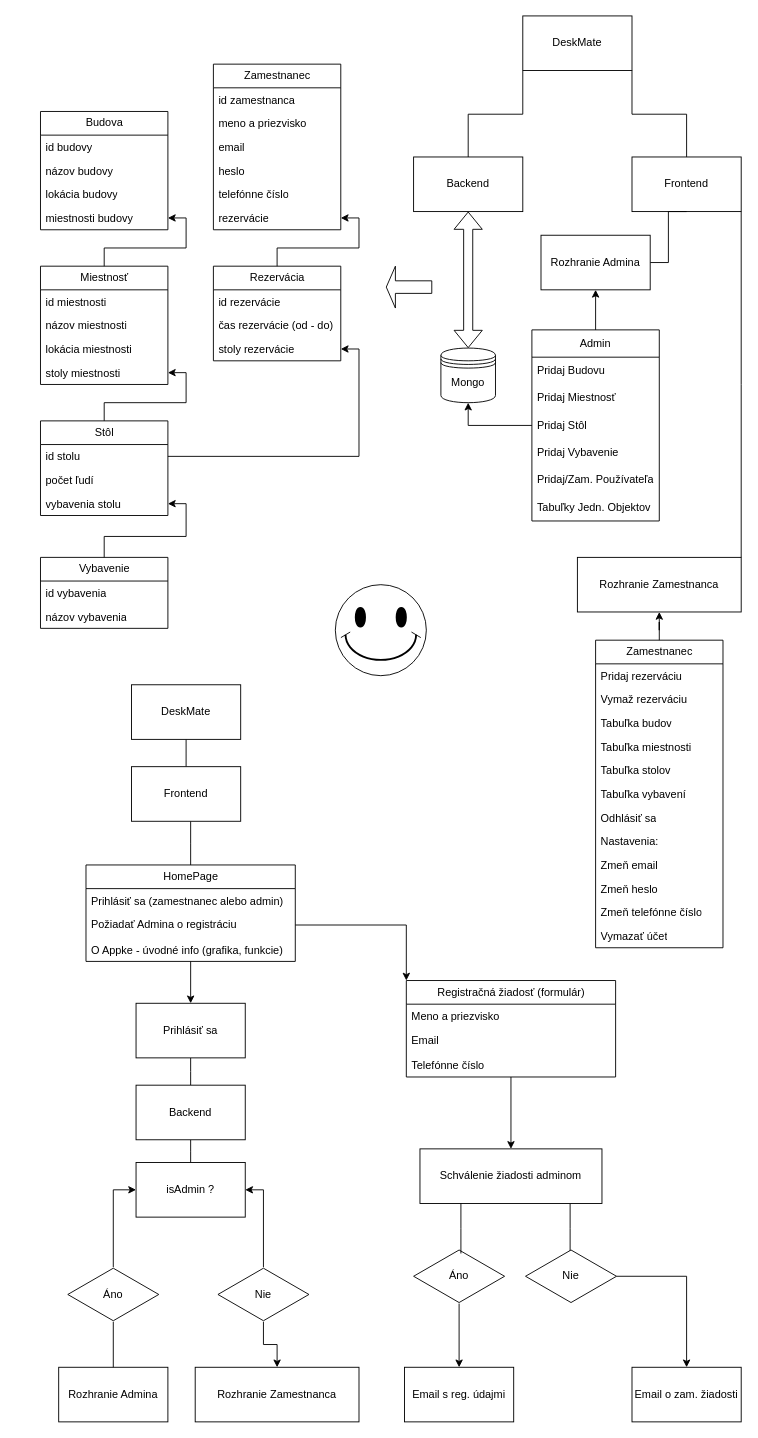
petocjshtml/DeskMate keeps this draw.io diagram as DeskMate.drawio. Above is the earlier version. Source tidied: cells renumbered, new cells numbered last; positions are measured from the earlier drawing's top-left corner, leaving out a move shared by most shapes. Both pictures are drawn from the tidied source at 91%, with x=0, y=0 at pixel (40, 15).
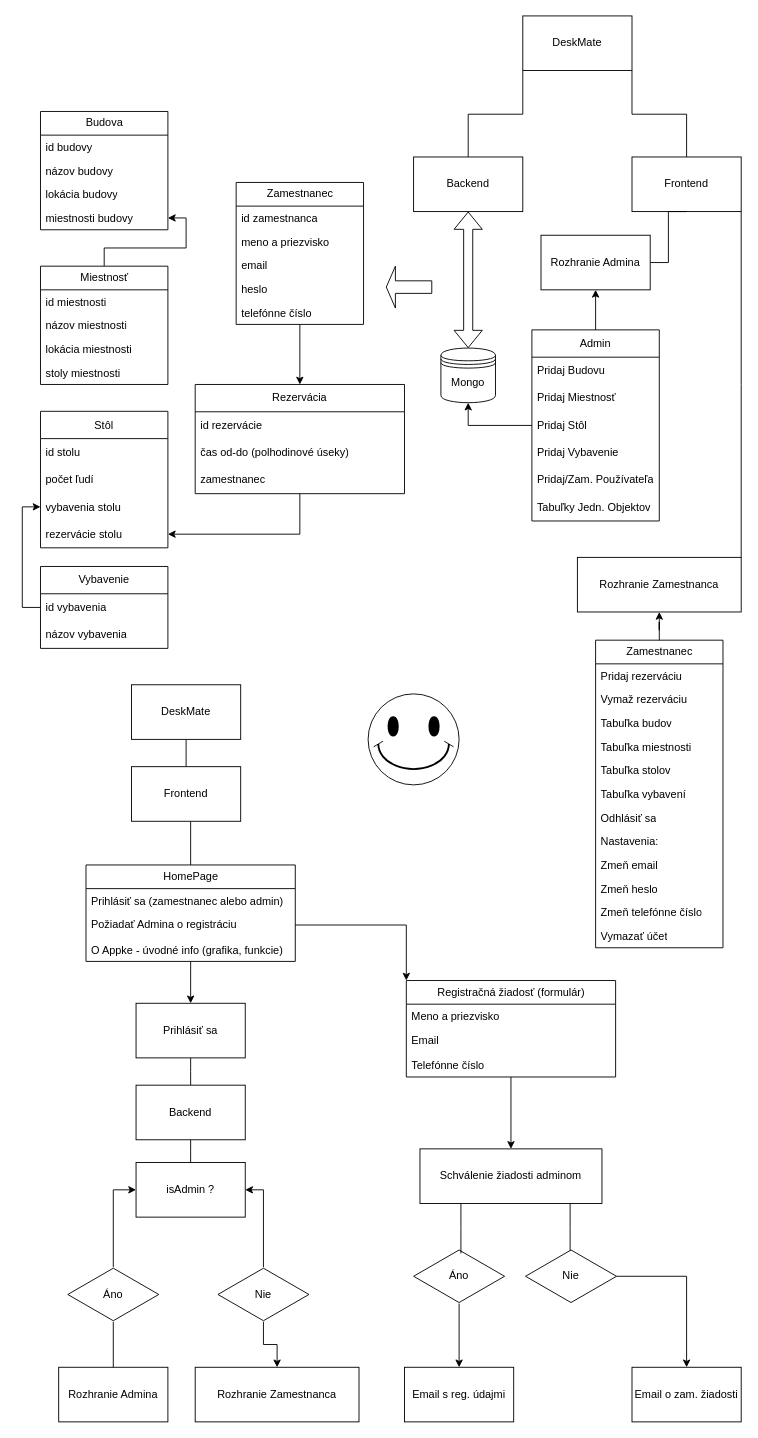
The same diagram, later.

Commit message:
Update DeskMate.drawio - Drobná zmena logiky v datasetoch

Unchanged cells that the change refers to:
```xml
<mxCell id="40" value="stoly miestnosti" style="text;strokeColor=none;fillColor=none;align=left;verticalAlign=top;spacingLeft=4;spacingRight=4;overflow=hidden;points=[[0,0.5],[1,0.5]];portConstraint=eastwest;whiteSpace=wrap;html=1;" parent="1" vertex="1">
  <mxGeometry y="379" width="140" height="26" as="geometry" />
</mxCell>
```

What changed in the source:
```diff
@@
-    <mxCell id="26" style="edgeStyle=orthogonalEdgeStyle;rounded=0;jettySize=auto;html=1;entryX=1;entryY=0.5;entryDx=0;entryDy=0;" parent="1" edge="1" source="27" target="40">
-      <mxGeometry relative="1" as="geometry" />
-    </mxCell>
-    <mxCell id="27" value="Stôl" style="swimlane;fontStyle=0;horizontal=1;startSize=26;fillColor=none;html=1;" parent="1" vertex="1">
-      <mxGeometry y="445" width="140" height="104" as="geometry" />
-    </mxCell>
-    <mxCell id="28" style="edgeStyle=orthogonalEdgeStyle;rounded=0;jettySize=auto;html=1;entryX=1;entryY=0.5;entryDx=0;entryDy=0;" parent="1" edge="1" source="29" target="43">
-      <mxGeometry relative="1" as="geometry" />
-    </mxCell>
-    <mxCell id="29" value="Vybavenie" style="swimlane;fontStyle=0;horizontal=1;startSize=26;fillColor=none;html=1;" parent="1" vertex="1">
-      <mxGeometry y="595" width="140" height="78" as="geometry" />
-    </mxCell>
-    <mxCell id="30" style="edgeStyle=orthogonalEdgeStyle;rounded=0;jettySize=auto;html=1;entryX=1;entryY=0.5;entryDx=0;entryDy=0;" parent="1" edge="1" source="31" target="55">
-      <mxGeometry relative="1" as="geometry" />
-    </mxCell>
-    <mxCell id="31" value="Rezervácia" style="swimlane;fontStyle=0;horizontal=1;startSize=26;fillColor=none;html=1;" parent="1" vertex="1">
-      <mxGeometry x="190" y="275" width="140" height="104" as="geometry" />
-    </mxCell>
-    <mxCell id="32" style="edgeStyle=orthogonalEdgeStyle;rounded=0;jettySize=auto;html=1;entryX=1;entryY=0.5;entryDx=0;entryDy=0;" parent="1" edge="1" source="41" target="48">
-      <mxGeometry relative="1" as="geometry" />
-    </mxCell>
@@
-    <mxCell id="41" value="id stolu" style="text;strokeColor=none;fillColor=none;align=left;verticalAlign=top;spacingLeft=4;spacingRight=4;overflow=hidden;points=[[0,0.5],[1,0.5]];portConstraint=eastwest;whiteSpace=wrap;html=1;" parent="1" vertex="1">
-      <mxGeometry y="471" width="140" height="26" as="geometry" />
-    </mxCell>
-    <mxCell id="42" value="počet ľudí&amp;nbsp;" style="text;strokeColor=none;fillColor=none;align=left;verticalAlign=top;spacingLeft=4;spacingRight=4;overflow=hidden;whiteSpace=wrap;html=1;" parent="1" vertex="1">
-      <mxGeometry y="497" width="140" height="26" as="geometry" />
-    </mxCell>
-    <mxCell id="43" value="vybavenia stolu" style="text;strokeColor=none;fillColor=none;align=left;verticalAlign=top;spacingLeft=4;spacingRight=4;overflow=hidden;points=[[0,0.5],[1,0.5]];portConstraint=eastwest;whiteSpace=wrap;html=1;" parent="1" vertex="1">
-      <mxGeometry y="523" width="140" height="26" as="geometry" />
-    </mxCell>
-    <mxCell id="44" value="id vybavenia" style="text;strokeColor=none;fillColor=none;align=left;verticalAlign=top;spacingLeft=4;spacingRight=4;overflow=hidden;points=[[0,0.5],[1,0.5]];portConstraint=eastwest;whiteSpace=wrap;html=1;" parent="1" vertex="1">
-      <mxGeometry y="621" width="140" height="26" as="geometry" />
-    </mxCell>
-    <mxCell id="45" value="názov vybavenia" style="text;strokeColor=none;fillColor=none;align=left;verticalAlign=top;spacingLeft=4;spacingRight=4;overflow=hidden;whiteSpace=wrap;html=1;" parent="1" vertex="1">
-      <mxGeometry y="647" width="140" height="26" as="geometry" />
-    </mxCell>
-    <mxCell id="46" value="id rezervácie" style="text;strokeColor=none;fillColor=none;align=left;verticalAlign=top;spacingLeft=4;spacingRight=4;overflow=hidden;whiteSpace=wrap;html=1;" parent="1" vertex="1">
-      <mxGeometry x="190" y="301" width="140" height="26" as="geometry" />
-    </mxCell>
-    <mxCell id="47" value="čas rezervácie (od - do)" style="text;strokeColor=none;fillColor=none;align=left;verticalAlign=top;spacingLeft=4;spacingRight=4;overflow=hidden;whiteSpace=wrap;html=1;" parent="1" vertex="1">
-      <mxGeometry x="190" y="327" width="140" height="26" as="geometry" />
-    </mxCell>
-    <mxCell id="48" value="stoly rezervácie" style="text;strokeColor=none;fillColor=none;align=left;verticalAlign=top;spacingLeft=4;spacingRight=4;overflow=hidden;points=[[0,0.5],[1,0.5]];portConstraint=eastwest;whiteSpace=wrap;html=1;" parent="1" vertex="1">
-      <mxGeometry x="190" y="353" width="140" height="26" as="geometry" />
-    </mxCell>
+    <mxCell id="120" style="edgeStyle=orthogonalEdgeStyle;rounded=0;jettySize=auto;html=1;entryX=0.5;entryY=0;entryDx=0;entryDy=0;" parent="1" edge="1" source="49" target="31">
+      <mxGeometry relative="1" as="geometry" />
+    </mxCell>
     <mxCell id="49" value="Zamestnanec" style="swimlane;fontStyle=0;horizontal=1;startSize=26;fillColor=none;html=1;" parent="1" vertex="1">
-      <mxGeometry x="190" y="53" width="140" height="182" as="geometry" />
+      <mxGeometry x="215" y="183" width="140" height="156" as="geometry" />
     </mxCell>
@@
-    <mxCell id="55" value="rezervácie" style="text;strokeColor=none;fillColor=none;align=left;verticalAlign=top;spacingLeft=4;spacingRight=4;overflow=hidden;points=[[0,0.5],[1,0.5]];portConstraint=eastwest;whiteSpace=wrap;html=1;" parent="49" vertex="1">
-      <mxGeometry y="156" width="140" height="26" as="geometry" />
-    </mxCell>
@@
     <mxCell id="62" style="verticalLabelPosition=bottom;verticalAlign=top;html=1;shape=mxgraph.basic.smiley;" parent="1" vertex="1">
-      <mxGeometry x="324" y="625" width="100" height="100" as="geometry" />
+      <mxGeometry x="360" y="745" width="100" height="100" as="geometry" />
     </mxCell>
@@
+    <mxCell id="27" value="Stôl" style="swimlane;fontStyle=0;horizontal=1;startSize=30;whiteSpace=wrap;html=1;" parent="1" vertex="1">
+      <mxGeometry y="434.5" width="140" height="150" as="geometry" />
+    </mxCell>
+    <mxCell id="41" value="id stolu" style="text;strokeColor=none;fillColor=none;align=left;verticalAlign=middle;spacingLeft=4;spacingRight=4;overflow=hidden;points=[[0,0.5],[1,0.5]];portConstraint=eastwest;whiteSpace=wrap;html=1;" parent="27" vertex="1">
+      <mxGeometry y="30" width="140" height="30" as="geometry" />
+    </mxCell>
+    <mxCell id="42" value="počet ľudí" style="text;strokeColor=none;fillColor=none;align=left;verticalAlign=middle;spacingLeft=4;spacingRight=4;overflow=hidden;whiteSpace=wrap;html=1;" parent="27" vertex="1">
+      <mxGeometry y="60" width="140" height="30" as="geometry" />
+    </mxCell>
+    <mxCell id="43" value="vybavenia stolu" style="text;strokeColor=none;fillColor=none;align=left;verticalAlign=middle;spacingLeft=4;spacingRight=4;overflow=hidden;points=[[0,0.5],[1,0.5]];portConstraint=eastwest;whiteSpace=wrap;html=1;" parent="27" vertex="1">
+      <mxGeometry y="90" width="140" height="30" as="geometry" />
+    </mxCell>
+    <mxCell id="121" value="rezervácie stolu" style="text;strokeColor=none;fillColor=none;align=left;verticalAlign=middle;spacingLeft=4;spacingRight=4;overflow=hidden;points=[[0,0.5],[1,0.5]];portConstraint=eastwest;whiteSpace=wrap;html=1;" parent="27" vertex="1">
+      <mxGeometry y="120" width="140" height="30" as="geometry" />
+    </mxCell>
+    <mxCell id="29" value="Vybavenie" style="swimlane;fontStyle=0;horizontal=1;startSize=30;whiteSpace=wrap;html=1;" parent="1" vertex="1">
+      <mxGeometry y="605" width="140" height="90" as="geometry" />
+    </mxCell>
+    <mxCell id="44" value="id vybavenia" style="text;strokeColor=none;fillColor=none;align=left;verticalAlign=middle;spacingLeft=4;spacingRight=4;overflow=hidden;points=[[0,0.5],[1,0.5]];portConstraint=eastwest;whiteSpace=wrap;html=1;" parent="29" vertex="1">
+      <mxGeometry y="30" width="140" height="30" as="geometry" />
+    </mxCell>
+    <mxCell id="45" value="názov vybavenia" style="text;strokeColor=none;fillColor=none;align=left;verticalAlign=middle;spacingLeft=4;spacingRight=4;overflow=hidden;whiteSpace=wrap;html=1;" parent="29" vertex="1">
+      <mxGeometry y="60" width="140" height="30" as="geometry" />
+    </mxCell>
+    <mxCell id="122" style="edgeStyle=orthogonalEdgeStyle;rounded=0;jettySize=auto;html=1;entryX=1;entryY=0.5;entryDx=0;entryDy=0;" parent="1" edge="1" source="31" target="121">
+      <mxGeometry relative="1" as="geometry" />
+    </mxCell>
+    <mxCell id="31" value="Rezervácia" style="swimlane;fontStyle=0;horizontal=1;startSize=30;whiteSpace=wrap;html=1;" parent="1" vertex="1">
+      <mxGeometry x="170" y="405" width="230" height="120" as="geometry" />
+    </mxCell>
+    <mxCell id="46" value="id rezervácie" style="text;strokeColor=none;fillColor=none;align=left;verticalAlign=middle;spacingLeft=4;spacingRight=4;overflow=hidden;whiteSpace=wrap;html=1;" parent="31" vertex="1">
+      <mxGeometry y="30" width="230" height="30" as="geometry" />
+    </mxCell>
+    <mxCell id="123" value="čas od-do (polhodinové úseky)" style="text;strokeColor=none;fillColor=none;align=left;verticalAlign=middle;spacingLeft=4;spacingRight=4;overflow=hidden;whiteSpace=wrap;html=1;" parent="31" vertex="1">
+      <mxGeometry y="60" width="230" height="30" as="geometry" />
+    </mxCell>
+    <mxCell id="124" value="zamestnanec" style="text;strokeColor=none;fillColor=none;align=left;verticalAlign=middle;spacingLeft=4;spacingRight=4;overflow=hidden;whiteSpace=wrap;html=1;" parent="31" vertex="1">
+      <mxGeometry y="90" width="230" height="30" as="geometry" />
+    </mxCell>
+    <mxCell id="125" style="edgeStyle=orthogonalEdgeStyle;rounded=0;jettySize=auto;html=1;entryX=0;entryY=0.5;entryDx=0;entryDy=0;" parent="1" edge="1" source="44" target="43">
+      <mxGeometry relative="1" as="geometry" />
+    </mxCell>
```
